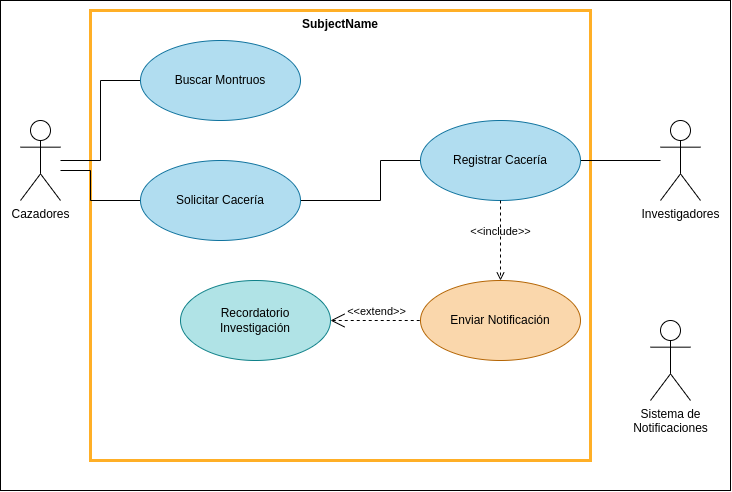
Before: images/diagrama-de-clases.png, a diagram exported from draw.io (eduardosmoralesglez/diario-del-cazador-mhw). Source tidied: cells renumbered, new cells last; positions are measured from the earlier drawing's top-left corner, leaving out a move shared by most shapes.
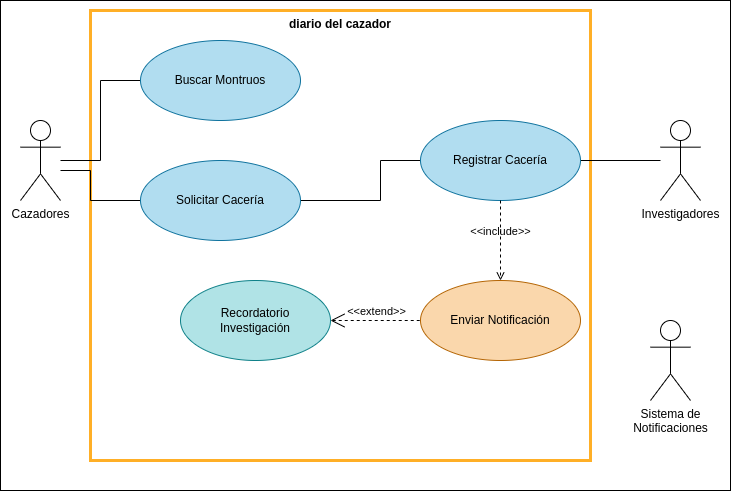
After the change.

Diff of the diagram source:
```diff
@@ -5,7 +5,7 @@
     <mxCell id="2" style="rounded=0;whiteSpace=wrap;html=1;" parent="1" vertex="1">
       <mxGeometry width="730" height="490" as="geometry" />
     </mxCell>
-    <mxCell id="3" value="SubjectName" style="shape=rect;html=1;verticalAlign=top;fontStyle=1;whiteSpace=wrap;align=center;fillColor=none;strokeWidth=3;strokeColor=#FFAF26;" parent="1" vertex="1">
+    <mxCell id="3" value="diario del cazador" style="shape=rect;html=1;verticalAlign=top;fontStyle=1;whiteSpace=wrap;align=center;fillColor=none;strokeWidth=3;strokeColor=#FFAF26;" parent="1" vertex="1">
       <mxGeometry x="90" y="10" width="500" height="450" as="geometry" />
     </mxCell>
     <mxCell id="4" style="edgeStyle=orthogonalEdgeStyle;rounded=0;jettySize=auto;html=1;endArrow=none;startFill=0;" parent="1" edge="1" source="6" target="10">
```
